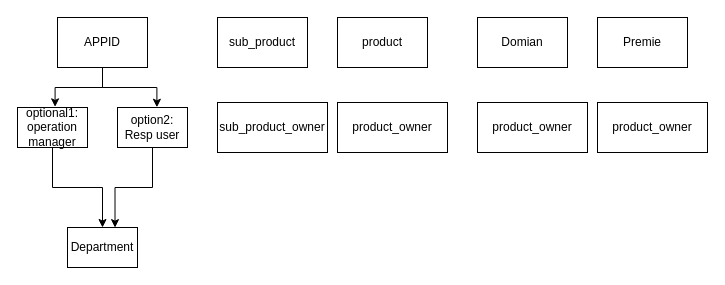
This is 未命名绘图.drawio from sjlmsj/aaa, a draw.io file, before an edit. Source tidied: cells renumbered, new cells numbered last; positions are measured from the earlier drawing's top-left corner, leaving out a move shared by most shapes. Both pictures are drawn from the tidied source at 100%, with x=0, y=0 at pixel (17, 17).
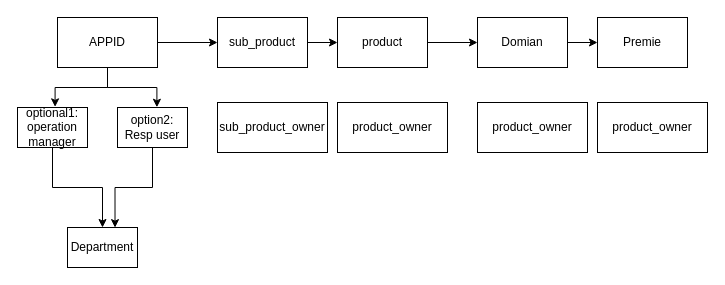
The same page after the edit.

Unchanged cells that the change refers to:
```xml
<mxCell id="10" value="sub_product" style="rounded=0;whiteSpace=wrap;html=1;" parent="1" vertex="1">
  <mxGeometry x="200" width="90" height="50" as="geometry" />
</mxCell>
<mxCell id="11" value="product" style="rounded=0;whiteSpace=wrap;html=1;" parent="1" vertex="1">
  <mxGeometry x="320" width="90" height="50" as="geometry" />
</mxCell>
<mxCell id="14" value="Domian" style="rounded=0;whiteSpace=wrap;html=1;" parent="1" vertex="1">
  <mxGeometry x="460" width="90" height="50" as="geometry" />
</mxCell>
<mxCell id="15" value="Premie" style="rounded=0;whiteSpace=wrap;html=1;" parent="1" vertex="1">
  <mxGeometry x="580" width="90" height="50" as="geometry" />
</mxCell>
```

Change to the diagram source:
```diff
@@
+    <mxCell id="18" style="edgeStyle=orthogonalEdgeStyle;rounded=0;jettySize=auto;html=1;entryX=0;entryY=0.5;entryDx=0;entryDy=0;" parent="1" edge="1" source="2" target="10">
+      <mxGeometry relative="1" as="geometry" />
+    </mxCell>
     <mxCell id="2" value="APPID" style="rounded=0;whiteSpace=wrap;html=1;" parent="1" vertex="1">
-      <mxGeometry x="40" width="90" height="50" as="geometry" />
+      <mxGeometry x="40" width="100" height="50" as="geometry" />
     </mxCell>
@@
+    <mxCell id="19" style="edgeStyle=orthogonalEdgeStyle;rounded=0;jettySize=auto;html=1;exitX=1;exitY=0.5;exitDx=0;exitDy=0;entryX=0;entryY=0.5;entryDx=0;entryDy=0;" parent="1" edge="1" source="10" target="11">
+      <mxGeometry relative="1" as="geometry" />
+    </mxCell>
@@
+    <mxCell id="20" style="edgeStyle=orthogonalEdgeStyle;rounded=0;jettySize=auto;html=1;exitX=1;exitY=0.5;exitDx=0;exitDy=0;entryX=0;entryY=0.5;entryDx=0;entryDy=0;" parent="1" edge="1" source="11" target="14">
+      <mxGeometry relative="1" as="geometry" />
+    </mxCell>
@@
+    <mxCell id="21" style="edgeStyle=orthogonalEdgeStyle;rounded=0;jettySize=auto;html=1;exitX=1;exitY=0.5;exitDx=0;exitDy=0;entryX=0;entryY=0.5;entryDx=0;entryDy=0;" parent="1" edge="1" source="14" target="15">
+      <mxGeometry relative="1" as="geometry" />
+    </mxCell>
```
